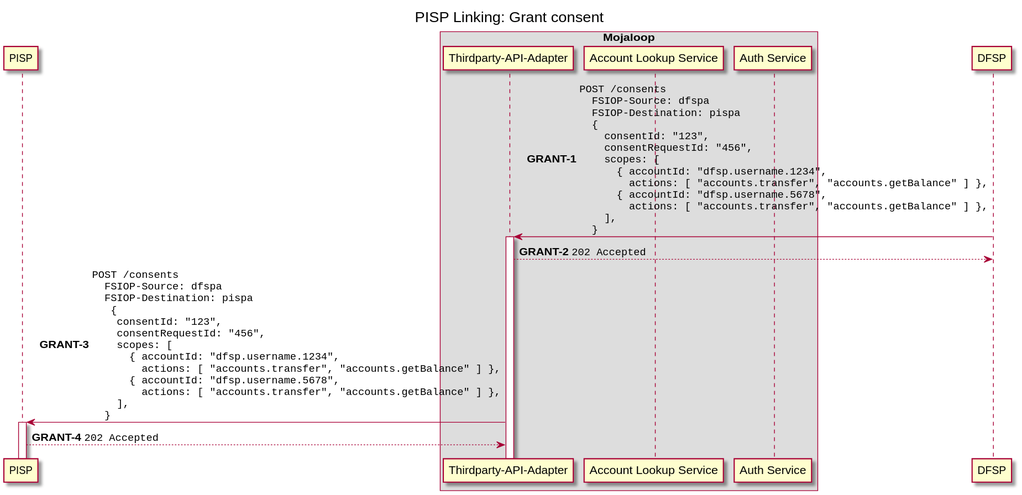
Above: docs/out/linking/4-grant-consent.svg in mojaloop/pisp-project (PlantUML), before the change. Its source is kept beside it as docs/linking/4-grant-consent.puml.
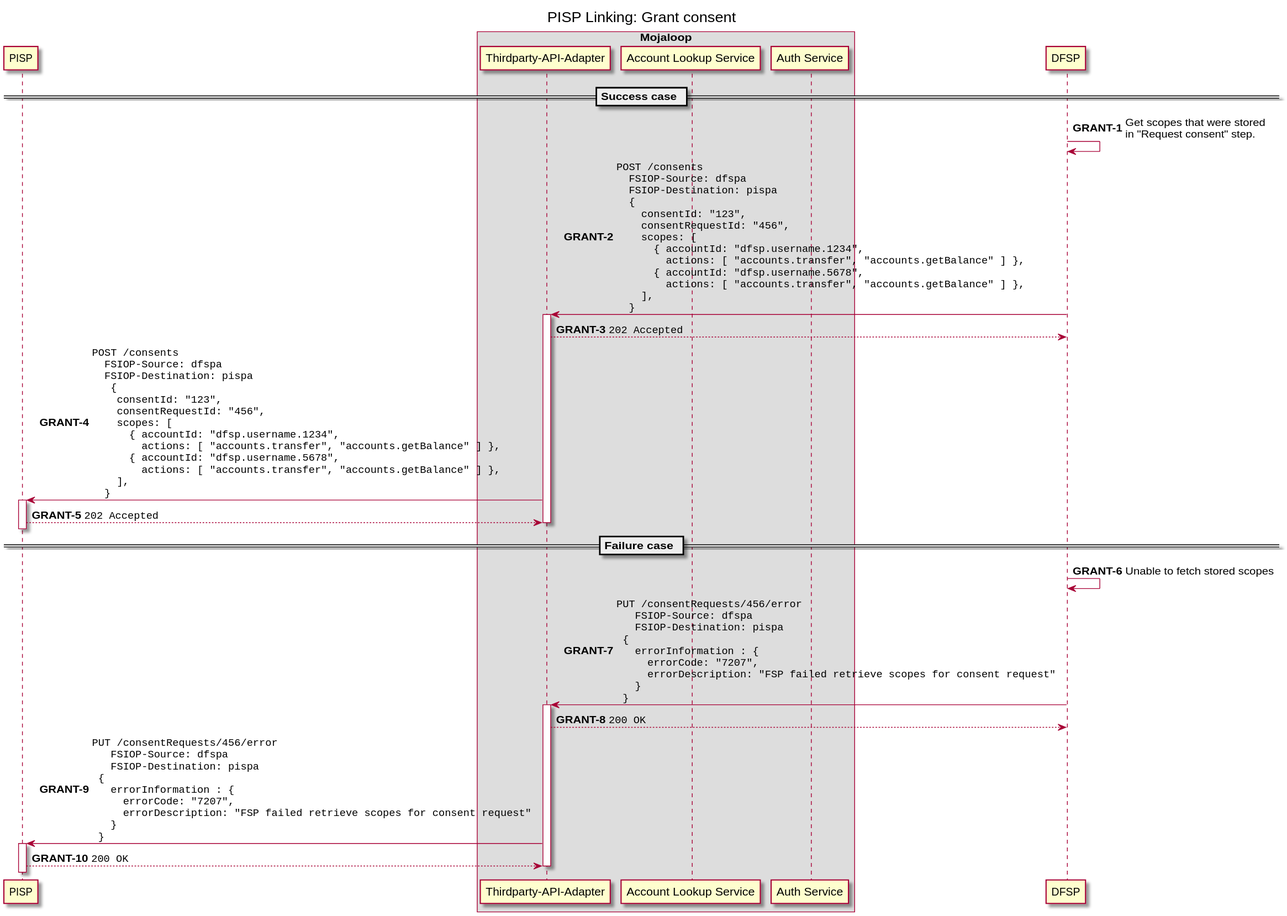
Above is the later version.

Commit message:
doc: update authentication and grant consent diagram

Change to the diagram source:
```diff
@@ -15,6 +15,10 @@
 participant "DFSP" as DFSP
 
 autonumber 1 "<b>GRANT-#</b>"
+
+== Success case ==
+
+DFSP -> DFSP: Get scopes that were stored\nin "Request consent" step.
 
 DFSP -> Switch ++: ""POST /consents""\n\
 ""  FSIOP-Source: dfspa""\n\
@@ -47,5 +51,36 @@
     ""}""
 
 PISP --> Switch: ""202 Accepted""
+deactivate Switch
+deactivate PISP
+
+== Failure case ==
+
+DFSP -> DFSP: Unable to fetch stored scopes
+
+DFSP -> Switch ++: ""PUT /consentRequests/456/error""\n\
+  ""  FSIOP-Source: dfspa""\n\
+  ""  FSIOP-Destination: pispa""\n\
+  ""{""\n\
+  ""  errorInformation : { ""\n\
+  ""    errorCode: "7207", ""\n\
+  ""    errorDescription: "FSP failed retrieve scopes for consent request" ""\n\
+  ""  } ""\n\
+  ""}""
+Switch --> DFSP: ""200 OK""
+deactivate DFSP
+
+Switch -> PISP ++: ""PUT /consentRequests/456/error""\n\
+  ""  FSIOP-Source: dfspa""\n\
+  ""  FSIOP-Destination: pispa""\n\
+  ""{""\n\
+  ""  errorInformation : { ""\n\
+  ""    errorCode: "7207", ""\n\
+  ""    errorDescription: "FSP failed retrieve scopes for consent request" ""\n\
+  ""  } ""\n\
+  ""}""
+PISP --> Switch: ""200 OK""
+deactivate Switch
+deactivate PISP
 
 @enduml
```
